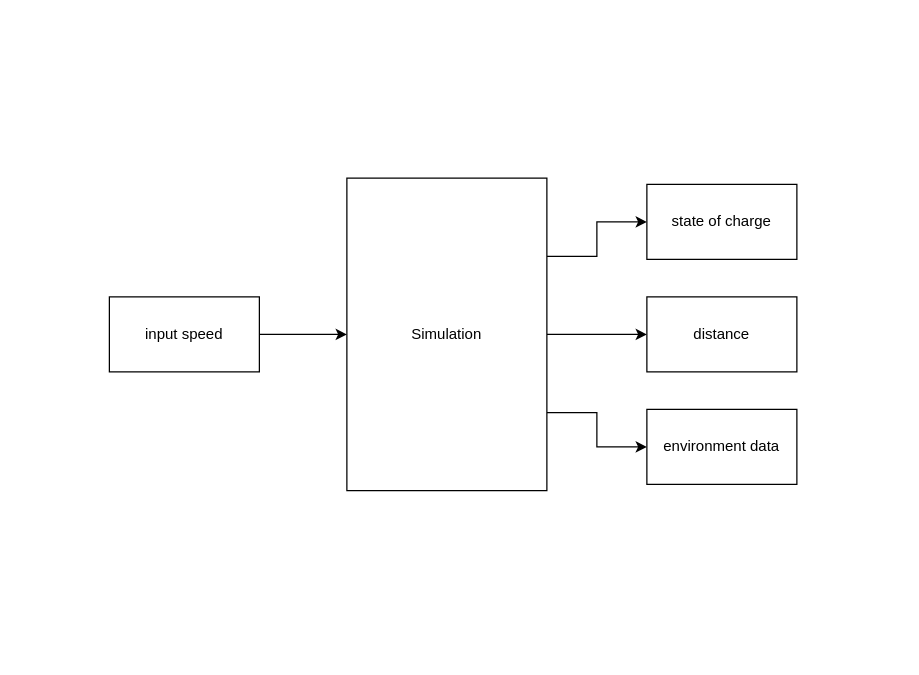
UBC-Solar/Simulation keeps this draw.io diagram as docs/SimulationStructure1.drawio. Above is the earlier version. Source tidied: cells renumbered, new cells numbered last; positions are measured from the earlier drawing's top-left corner, leaving out a move shared by most shapes. Both pictures are drawn from the tidied source at 125%, with x=0, y=0 at pixel (109, 178).
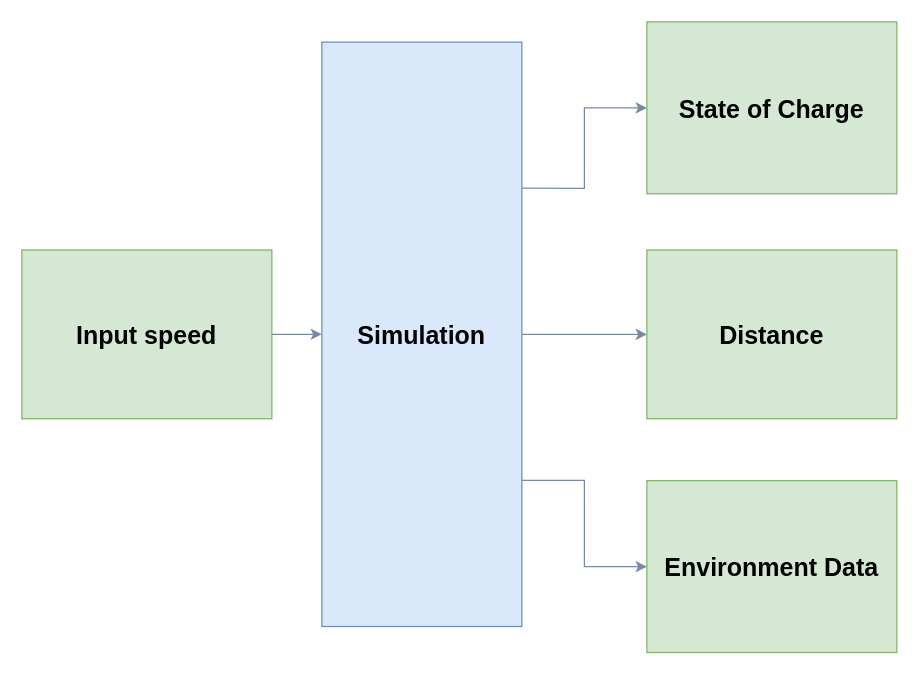
Above is the later version.

The edit, as a diff of the source:
```diff
@@
 <mxGraphModel>
   <root>
     <mxCell id="0" />
     <mxCell id="1" parent="0" />
-    <mxCell id="2" style="edgeStyle=orthogonalEdgeStyle;rounded=0;jettySize=auto;html=1;exitX=1;exitY=0.5;exitDx=0;exitDy=0;entryX=0;entryY=0.5;entryDx=0;entryDy=0;" parent="1" edge="1" source="5" target="8">
+    <mxCell id="2" style="edgeStyle=orthogonalEdgeStyle;rounded=0;jettySize=auto;html=1;exitX=1;exitY=0.5;exitDx=0;exitDy=0;entryX=0;entryY=0.5;entryDx=0;entryDy=0;fontStyle=1;strokeColor=#788AA3;fontColor=#46495D;fontSize=20;" parent="1" edge="1" source="5" target="8">
       <mxGeometry relative="1" as="geometry" />
     </mxCell>
-    <mxCell id="3" style="edgeStyle=orthogonalEdgeStyle;rounded=0;jettySize=auto;html=1;exitX=1;exitY=0.25;exitDx=0;exitDy=0;" parent="1" edge="1" source="5" target="10">
+    <mxCell id="3" style="edgeStyle=orthogonalEdgeStyle;rounded=0;jettySize=auto;html=1;exitX=1;exitY=0.25;exitDx=0;exitDy=0;fontStyle=1;strokeColor=#788AA3;fontColor=#46495D;fontSize=20;" parent="1" edge="1" source="5" target="10">
       <mxGeometry relative="1" as="geometry" />
     </mxCell>
-    <mxCell id="4" style="edgeStyle=orthogonalEdgeStyle;rounded=0;jettySize=auto;html=1;exitX=1;exitY=0.75;exitDx=0;exitDy=0;" parent="1" edge="1" source="5" target="9">
+    <mxCell id="4" style="edgeStyle=orthogonalEdgeStyle;rounded=0;jettySize=auto;html=1;exitX=1;exitY=0.75;exitDx=0;exitDy=0;fontStyle=1;strokeColor=#788AA3;fontColor=#46495D;fontSize=20;" parent="1" edge="1" source="5" target="9">
       <mxGeometry relative="1" as="geometry" />
     </mxCell>
-    <mxCell id="5" value="Simulation" style="rounded=0;whiteSpace=wrap;html=1;" parent="1" vertex="1">
-      <mxGeometry x="190" width="160" height="250" as="geometry" />
+    <mxCell id="5" value="Simulation" style="rounded=0;whiteSpace=wrap;html=1;fontStyle=1;fillColor=#dae8fc;strokeColor=#6c8ebf;fontSize=20;" parent="1" vertex="1">
+      <mxGeometry x="170" y="-108.8" width="160" height="467.5" as="geometry" />
     </mxCell>
-    <mxCell id="6" style="edgeStyle=orthogonalEdgeStyle;rounded=0;jettySize=auto;html=1;exitX=1;exitY=0.5;exitDx=0;exitDy=0;entryX=0;entryY=0.5;entryDx=0;entryDy=0;" parent="1" edge="1" source="7" target="5">
+    <mxCell id="6" style="edgeStyle=orthogonalEdgeStyle;rounded=0;jettySize=auto;html=1;exitX=1;exitY=0.5;exitDx=0;exitDy=0;entryX=0;entryY=0.5;entryDx=0;entryDy=0;fontStyle=1;strokeColor=#788AA3;fontColor=#46495D;fontSize=20;" parent="1" edge="1" source="7" target="5">
       <mxGeometry relative="1" as="geometry" />
     </mxCell>
-    <mxCell id="7" value="input speed" style="rounded=0;whiteSpace=wrap;html=1;" parent="1" vertex="1">
-      <mxGeometry y="95" width="120" height="60" as="geometry" />
+    <mxCell id="7" value="Input speed" style="rounded=0;whiteSpace=wrap;html=1;fontStyle=1;fillColor=#d5e8d4;strokeColor=#82b366;fontSize=20;" parent="1" vertex="1">
+      <mxGeometry x="-70" y="57.5" width="200" height="135" as="geometry" />
     </mxCell>
-    <mxCell id="8" value="distance" style="rounded=0;whiteSpace=wrap;html=1;" parent="1" vertex="1">
-      <mxGeometry x="430" y="95" width="120" height="60" as="geometry" />
+    <mxCell id="8" value="Distance" style="rounded=0;whiteSpace=wrap;html=1;fontStyle=1;fillColor=#d5e8d4;strokeColor=#82b366;fontSize=20;" parent="1" vertex="1">
+      <mxGeometry x="430" y="57.5" width="200" height="135" as="geometry" />
     </mxCell>
-    <mxCell id="9" value="environment data" style="rounded=0;whiteSpace=wrap;html=1;" parent="1" vertex="1">
-      <mxGeometry x="430" y="185" width="120" height="60" as="geometry" />
+    <mxCell id="9" value="Environment Data" style="rounded=0;whiteSpace=wrap;html=1;fontStyle=1;fillColor=#d5e8d4;strokeColor=#82b366;fontSize=20;" parent="1" vertex="1">
+      <mxGeometry x="430" y="242" width="200" height="137.5" as="geometry" />
     </mxCell>
-    <mxCell id="10" value="state of charge" style="rounded=0;whiteSpace=wrap;html=1;" parent="1" vertex="1">
-      <mxGeometry x="430" y="5" width="120" height="60" as="geometry" />
+    <mxCell id="10" value="State of Charge" style="rounded=0;whiteSpace=wrap;html=1;fontStyle=1;fillColor=#d5e8d4;strokeColor=#82b366;fontSize=20;" parent="1" vertex="1">
+      <mxGeometry x="430" y="-125" width="200" height="137.5" as="geometry" />
     </mxCell>
   </root>
 </mxGraphModel>
```
